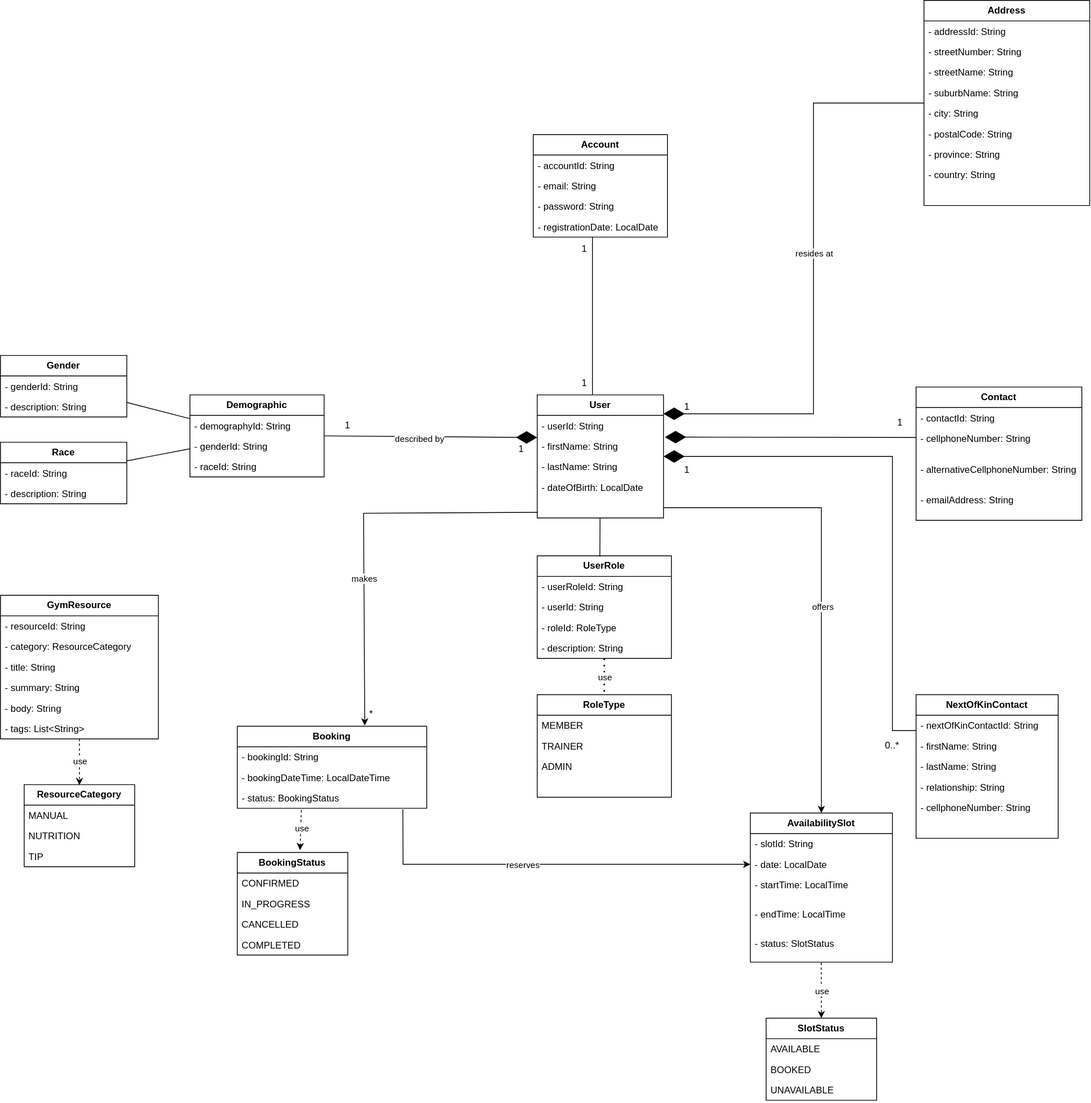
Before: FitNova.drawio.svg, a diagram exported from draw.io (220212317/FitNova). Source tidied: cells renumbered, new cells last; positions are measured from the earlier drawing's top-left corner, leaving out a move shared by most shapes.
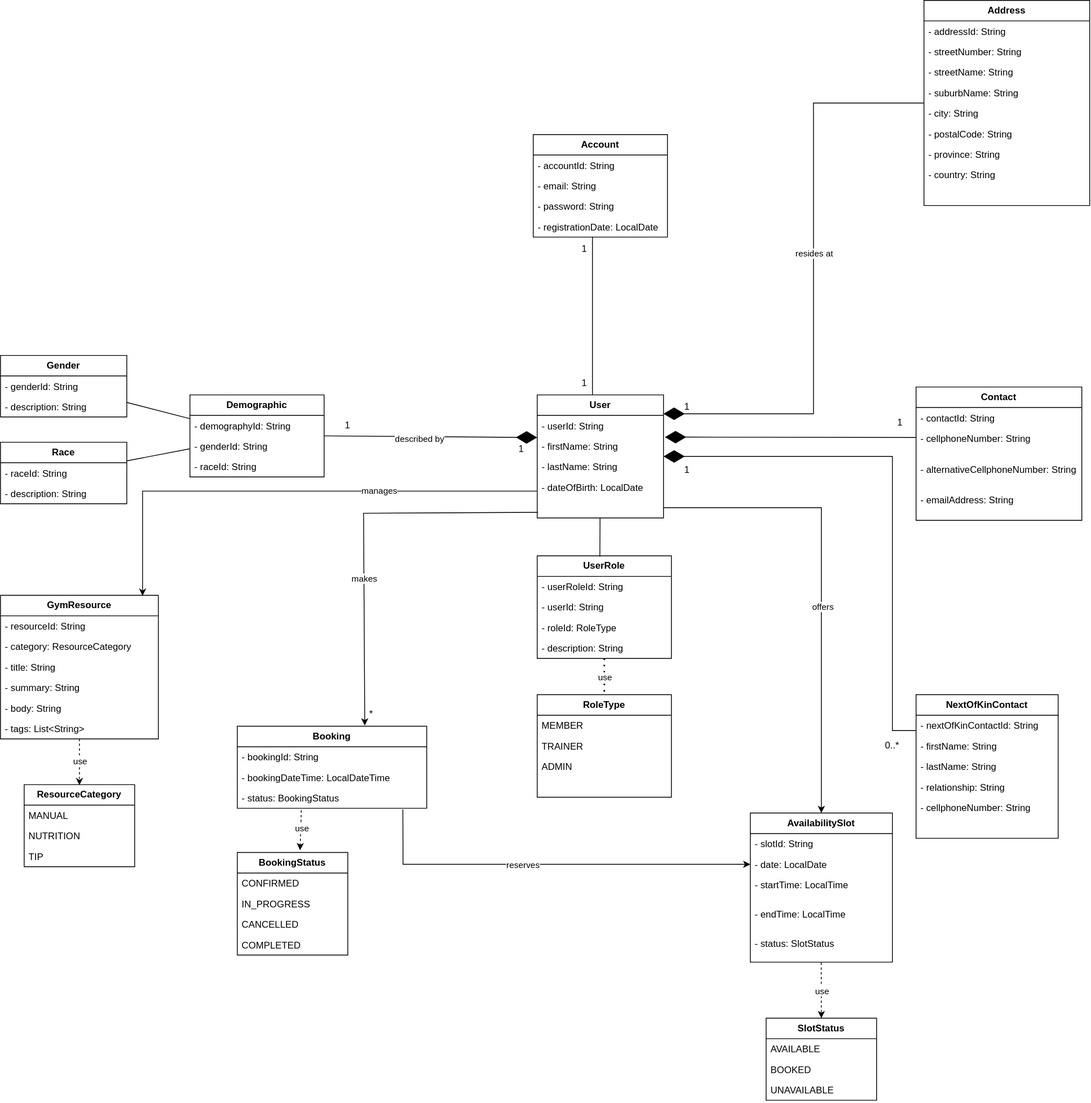
Later version of the same file.

Commit message:
update UMK class diagram

Diff of the diagram source:
```diff
@@ -376,5 +376,15 @@
     <mxCell id="116" value="use" style="edgeLabel;html=1;align=center;verticalAlign=middle;" parent="115" vertex="1">
       <mxGeometry relative="1" as="geometry" />
     </mxCell>
+    <mxCell id="117" style="endArrow=classic;html=1;rounded=0;exitX=0;exitY=0.782;exitDx=0;exitDy=0;entryX=0.9;entryY=0;entryDx=0;entryDy=0;endFill=1;" parent="1" edge="1" source="2" target="104">
+      <mxGeometry relative="1" as="geometry">
+        <Array as="points">
+          <mxPoint x="180" y="622" />
+        </Array>
+      </mxGeometry>
+    </mxCell>
+    <mxCell id="118" value="manages" style="edgeLabel;html=1;align=center;verticalAlign=middle;" parent="117" vertex="1">
+      <mxGeometry x="-0.2" relative="1" as="geometry" />
+    </mxCell>
   </root>
 </mxGraphModel>
```
